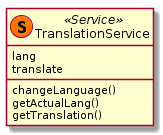
This is out/doc/classes/TranslationService.png from clm2609/VirtualDJ, a PlantUML export, as it was before one commit.
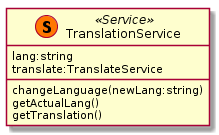
Later version of the same file.

Change to the diagram source:
```diff
@@ -1,8 +1,8 @@
 @startuml TranslationService
 class "TranslationService" as trServ <<(S,#FF7700) Service>>{
-    lang
-    translate
-    changeLanguage()
+    lang:string
+    translate:TranslateService
+    changeLanguage(newLang:string)
     getActualLang()
     getTranslation()
 }
```
